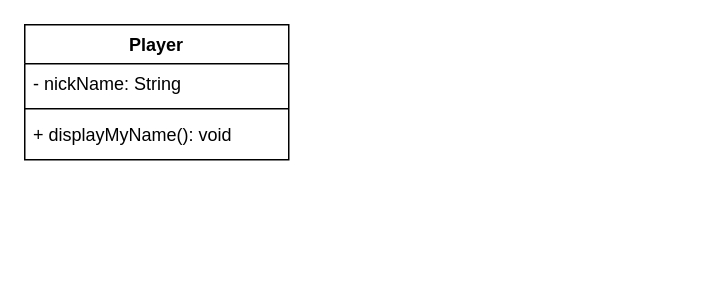
Before: Diagrama sin título.drawio in edyrrg/umlTicTacToe, a draw.io diagram. Source tidied: cells renumbered, new cells numbered last; positions are measured from the earlier drawing's top-left corner, leaving out a move shared by most shapes. Both pictures are drawn from the tidied source at 150%, with x=0, y=0 at pixel (24, 24).
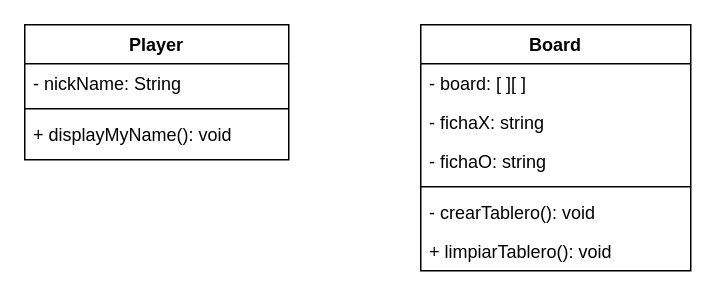
The same page after the edit.

Commit message:
Actualizar TicTacToe

Change to the diagram source:
```diff
@@
 <mxGraphModel>
   <root>
     <mxCell id="0" />
     <mxCell id="1" parent="0" />
     <mxCell id="2" value="Player" style="swimlane;fontStyle=1;align=center;verticalAlign=top;horizontal=1;startSize=26;" parent="1" vertex="1">
       <mxGeometry width="176" height="90" as="geometry" />
     </mxCell>
     <mxCell id="3" value="- nickName: String" style="text;strokeColor=none;fillColor=none;align=left;verticalAlign=top;spacingLeft=4;spacingRight=4;overflow=hidden;" parent="2" vertex="1">
       <mxGeometry y="26" width="176" height="26" as="geometry" />
     </mxCell>
     <mxCell id="4" style="line;strokeWidth=1;fillColor=none;align=left;verticalAlign=middle;spacingTop=-1;spacingLeft=3;spacingRight=3;labelPosition=right;strokeColor=inherit;" parent="2" vertex="1">
       <mxGeometry y="52" width="176" height="8" as="geometry" />
     </mxCell>
     <mxCell id="5" value="+ displayMyName(): void" style="text;strokeColor=none;fillColor=none;align=left;verticalAlign=top;spacingLeft=4;spacingRight=4;overflow=hidden;" parent="2" vertex="1">
       <mxGeometry y="60" width="176" height="30" as="geometry" />
     </mxCell>
+    <mxCell id="6" value="Board" style="swimlane;fontStyle=1;align=center;verticalAlign=top;horizontal=1;startSize=26;" parent="1" vertex="1">
+      <mxGeometry x="264" width="180" height="164" as="geometry" />
+    </mxCell>
+    <mxCell id="7" value="- board: [ ][ ]" style="text;strokeColor=none;fillColor=none;align=left;verticalAlign=top;spacingLeft=4;spacingRight=4;overflow=hidden;" parent="6" vertex="1">
+      <mxGeometry y="26" width="180" height="26" as="geometry" />
+    </mxCell>
+    <mxCell id="8" value="- fichaX: string" style="text;strokeColor=none;fillColor=none;align=left;verticalAlign=top;spacingLeft=4;spacingRight=4;overflow=hidden;" parent="6" vertex="1">
+      <mxGeometry y="52" width="180" height="26" as="geometry" />
+    </mxCell>
+    <mxCell id="9" value="- fichaO: string" style="text;strokeColor=none;fillColor=none;align=left;verticalAlign=top;spacingLeft=4;spacingRight=4;overflow=hidden;" parent="6" vertex="1">
+      <mxGeometry y="78" width="180" height="26" as="geometry" />
+    </mxCell>
+    <mxCell id="10" style="line;strokeWidth=1;fillColor=none;align=left;verticalAlign=middle;spacingTop=-1;spacingLeft=3;spacingRight=3;labelPosition=right;strokeColor=inherit;" parent="6" vertex="1">
+      <mxGeometry y="104" width="180" height="8" as="geometry" />
+    </mxCell>
+    <mxCell id="11" value="- crearTablero(): void" style="text;strokeColor=none;fillColor=none;align=left;verticalAlign=top;spacingLeft=4;spacingRight=4;overflow=hidden;" parent="6" vertex="1">
+      <mxGeometry y="112" width="180" height="26" as="geometry" />
+    </mxCell>
+    <mxCell id="12" value="+ limpiarTablero(): void" style="text;strokeColor=none;fillColor=none;align=left;verticalAlign=top;spacingLeft=4;spacingRight=4;overflow=hidden;" parent="6" vertex="1">
+      <mxGeometry y="138" width="180" height="26" as="geometry" />
+    </mxCell>
   </root>
 </mxGraphModel>
```
